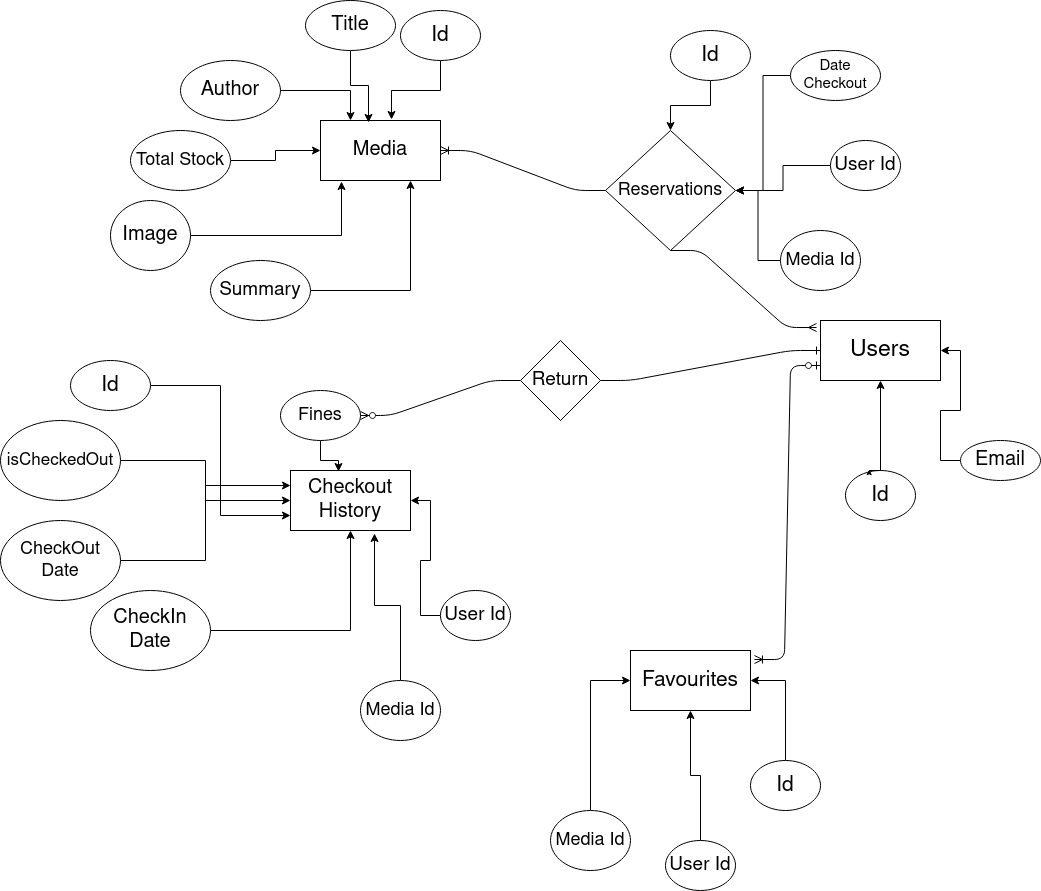
Earlier version of the draw.io export ER_Library.png (vedvkandge2000/DBMS2020). Source tidied: cells renumbered, new cells last; positions are measured from the earlier drawing's top-left corner, leaving out a move shared by most shapes.
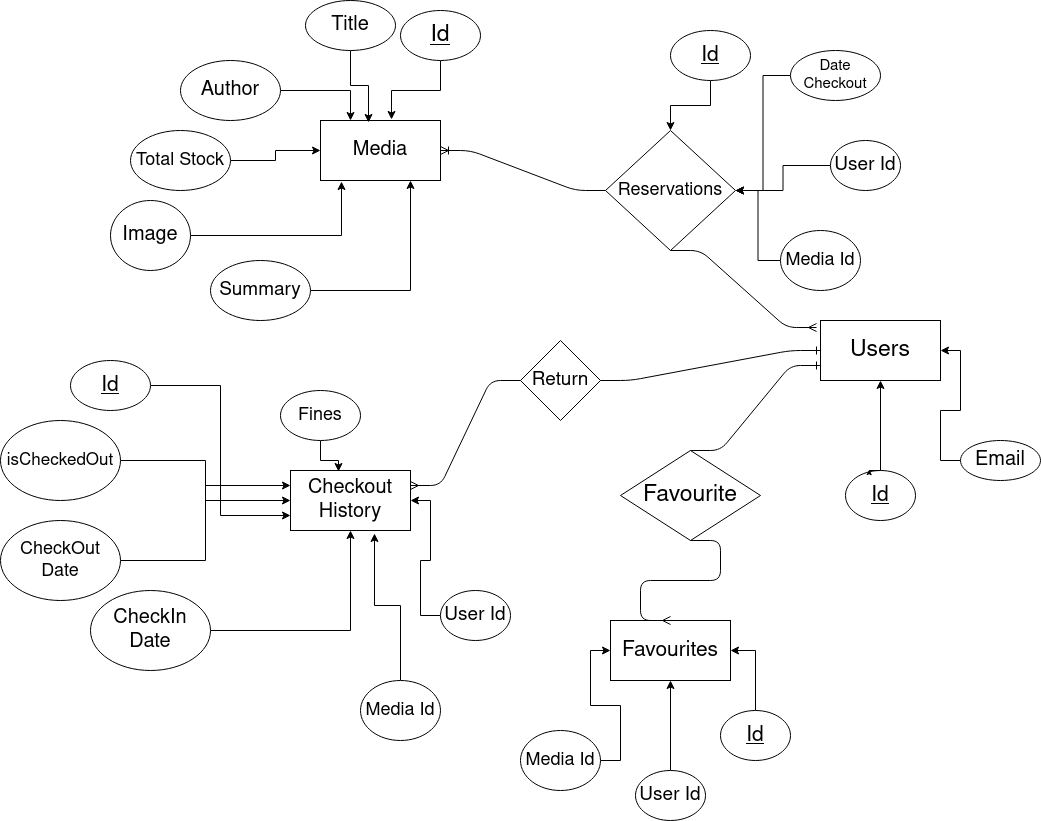
After the commit.

What changed in the source:
```diff
@@ -5,7 +5,7 @@
     <mxCell id="2" style="edgeStyle=orthogonalEdgeStyle;rounded=0;jettySize=auto;html=1;" parent="1" edge="1" source="3" target="4">
       <mxGeometry relative="1" as="geometry" />
     </mxCell>
-    <mxCell id="3" value="&lt;font style=&quot;font-size: 21px&quot;&gt;Id&lt;/font&gt;" style="ellipse;whiteSpace=wrap;html=1;" parent="1" vertex="1">
+    <mxCell id="3" value="&lt;font style=&quot;font-size: 21px&quot;&gt;Id&lt;/font&gt;" style="ellipse;whiteSpace=wrap;html=1;fontStyle=4;" parent="1" vertex="1">
       <mxGeometry x="845" y="470" width="70" height="50" as="geometry" />
     </mxCell>
     <mxCell id="4" value="&lt;font style=&quot;font-size: 23px&quot;&gt;Users&lt;/font&gt;" style="rounded=0;whiteSpace=wrap;html=1;" parent="1" vertex="1">
@@ -26,7 +26,7 @@
     <mxCell id="9" style="edgeStyle=orthogonalEdgeStyle;rounded=0;jettySize=auto;html=1;entryX=0.592;entryY=-0.017;entryDx=0;entryDy=0;entryPerimeter=0;" parent="1" edge="1" source="10" target="8">
       <mxGeometry relative="1" as="geometry" />
     </mxCell>
-    <mxCell id="10" value="&lt;font style=&quot;font-size: 21px&quot;&gt;Id&lt;/font&gt;" style="ellipse;whiteSpace=wrap;html=1;" parent="1" vertex="1">
+    <mxCell id="10" value="&lt;font style=&quot;font-size: 23px;&quot;&gt;Id&lt;/font&gt;" style="ellipse;whiteSpace=wrap;html=1;fontStyle=4;fontSize=23;" parent="1" vertex="1">
       <mxGeometry x="400" y="10" width="80" height="50" as="geometry" />
     </mxCell>
     <mxCell id="11" style="edgeStyle=orthogonalEdgeStyle;rounded=0;jettySize=auto;html=1;entryX=0.25;entryY=0;entryDx=0;entryDy=0;" parent="1" edge="1" source="12" target="8">
@@ -62,7 +62,7 @@
     <mxCell id="21" style="edgeStyle=orthogonalEdgeStyle;rounded=0;jettySize=auto;html=1;entryX=0.5;entryY=0;entryDx=0;entryDy=0;" parent="1" edge="1" source="22" target="51">
       <mxGeometry relative="1" as="geometry" />
     </mxCell>
-    <mxCell id="22" value="&lt;font style=&quot;font-size: 21px&quot;&gt;Id&lt;/font&gt;" style="ellipse;whiteSpace=wrap;html=1;" parent="1" vertex="1">
+    <mxCell id="22" value="&lt;font style=&quot;font-size: 21px&quot;&gt;Id&lt;/font&gt;" style="ellipse;whiteSpace=wrap;html=1;fontStyle=4;" parent="1" vertex="1">
       <mxGeometry x="670" y="30" width="80" height="50" as="geometry" />
     </mxCell>
     <mxCell id="23" style="edgeStyle=orthogonalEdgeStyle;rounded=0;jettySize=auto;html=1;entryX=1;entryY=0.5;entryDx=0;entryDy=0;" parent="1" edge="1" source="24" target="51">
@@ -95,7 +95,7 @@
     <mxCell id="32" style="edgeStyle=orthogonalEdgeStyle;rounded=0;jettySize=auto;html=1;entryX=0;entryY=0.75;entryDx=0;entryDy=0;" parent="1" edge="1" source="33" target="29">
       <mxGeometry relative="1" as="geometry" />
     </mxCell>
-    <mxCell id="33" value="&lt;font style=&quot;font-size: 21px&quot;&gt;Id&lt;/font&gt;" style="ellipse;whiteSpace=wrap;html=1;" parent="1" vertex="1">
+    <mxCell id="33" value="&lt;font style=&quot;font-size: 21px&quot;&gt;Id&lt;/font&gt;" style="ellipse;whiteSpace=wrap;html=1;fontStyle=4;" parent="1" vertex="1">
       <mxGeometry x="70" y="360" width="80" height="50" as="geometry" />
     </mxCell>
     <mxCell id="34" style="edgeStyle=orthogonalEdgeStyle;rounded=0;jettySize=auto;html=1;entryX=0;entryY=0.25;entryDx=0;entryDy=0;" parent="1" edge="1" source="35" target="29">
@@ -129,25 +129,25 @@
       <mxGeometry x="280" y="390" width="80" height="50" as="geometry" />
     </mxCell>
     <mxCell id="44" value="&lt;font style=&quot;font-size: 21px&quot;&gt;Favourites&lt;/font&gt;" style="rounded=0;whiteSpace=wrap;html=1;" parent="1" vertex="1">
-      <mxGeometry x="630" y="650" width="120" height="60" as="geometry" />
+      <mxGeometry x="610" y="620" width="120" height="60" as="geometry" />
     </mxCell>
     <mxCell id="45" style="edgeStyle=orthogonalEdgeStyle;rounded=0;jettySize=auto;html=1;entryX=1;entryY=0.5;entryDx=0;entryDy=0;" parent="1" edge="1" source="46" target="44">
       <mxGeometry relative="1" as="geometry" />
     </mxCell>
-    <mxCell id="46" value="&lt;font style=&quot;font-size: 21px&quot;&gt;Id&lt;/font&gt;" style="ellipse;whiteSpace=wrap;html=1;" parent="1" vertex="1">
-      <mxGeometry x="750" y="760" width="70" height="50" as="geometry" />
+    <mxCell id="46" value="&lt;font style=&quot;font-size: 21px&quot;&gt;Id&lt;/font&gt;" style="ellipse;whiteSpace=wrap;html=1;fontStyle=4;" parent="1" vertex="1">
+      <mxGeometry x="720" y="710" width="70" height="50" as="geometry" />
     </mxCell>
     <mxCell id="47" style="edgeStyle=orthogonalEdgeStyle;rounded=0;jettySize=auto;html=1;" parent="1" edge="1" source="48" target="44">
       <mxGeometry relative="1" as="geometry" />
     </mxCell>
     <mxCell id="48" value="&lt;font style=&quot;font-size: 19px&quot;&gt;User Id&lt;/font&gt;" style="ellipse;whiteSpace=wrap;html=1;" parent="1" vertex="1">
-      <mxGeometry x="665" y="840" width="70" height="50" as="geometry" />
+      <mxGeometry x="635" y="770" width="70" height="50" as="geometry" />
     </mxCell>
     <mxCell id="49" style="edgeStyle=orthogonalEdgeStyle;rounded=0;jettySize=auto;html=1;entryX=0;entryY=0.5;entryDx=0;entryDy=0;" parent="1" edge="1" source="50" target="44">
       <mxGeometry relative="1" as="geometry" />
     </mxCell>
     <mxCell id="50" value="&lt;font style=&quot;font-size: 18px&quot;&gt;Media Id&lt;/font&gt;" style="ellipse;whiteSpace=wrap;html=1;" parent="1" vertex="1">
-      <mxGeometry x="550" y="810" width="80" height="60" as="geometry" />
+      <mxGeometry x="520" y="730" width="80" height="60" as="geometry" />
     </mxCell>
     <mxCell id="51" value="&lt;font style=&quot;font-size: 18px&quot;&gt;Reservations&lt;/font&gt;" style="rhombus;whiteSpace=wrap;html=1;" parent="1" vertex="1">
       <mxGeometry x="605" y="130" width="130" height="120" as="geometry" />
@@ -164,11 +164,19 @@
     <mxCell id="55" style="edgeStyle=entityRelationEdgeStyle;fontSize=12;html=1;endArrow=ERone;endFill=1;entryX=0;entryY=0.5;entryDx=0;entryDy=0;exitX=1;exitY=0.5;exitDx=0;exitDy=0;" parent="1" edge="1" source="52" target="4">
       <mxGeometry relative="1" as="geometry" />
     </mxCell>
-    <mxCell id="56" style="edgeStyle=entityRelationEdgeStyle;fontSize=12;html=1;endArrow=ERoneToMany;startArrow=ERzeroToOne;exitX=0;exitY=0.75;exitDx=0;exitDy=0;entryX=1.033;entryY=0.15;entryDx=0;entryDy=0;entryPerimeter=0;" parent="1" edge="1" source="4" target="44">
-      <mxGeometry relative="1" as="geometry" />
-    </mxCell>
-    <mxCell id="57" style="edgeStyle=entityRelationEdgeStyle;fontSize=12;html=1;endArrow=ERzeroToMany;endFill=1;entryX=1;entryY=0.5;entryDx=0;entryDy=0;exitX=0;exitY=0.5;exitDx=0;exitDy=0;" parent="1" edge="1" source="52" target="43">
-      <mxGeometry relative="1" as="geometry" />
-    </mxCell>
+    <mxCell id="58" style="edgeStyle=entityRelationEdgeStyle;fontSize=12;html=1;endArrow=ERmany;entryX=1;entryY=0.25;entryDx=0;entryDy=0;" parent="1" edge="1" source="52" target="29">
+      <mxGeometry relative="1" as="geometry" />
+    </mxCell>
+    <mxCell id="59" value="Favourite" style="shape=rhombus;perimeter=rhombusPerimeter;whiteSpace=wrap;html=1;align=center;fontSize=23;" parent="1" vertex="1">
+      <mxGeometry x="620" y="450" width="140" height="90" as="geometry" />
+    </mxCell>
+    <mxCell id="60" style="edgeStyle=entityRelationEdgeStyle;fontSize=12;html=1;endArrow=ERone;endFill=1;entryX=0;entryY=0.75;entryDx=0;entryDy=0;exitX=0.5;exitY=0;exitDx=0;exitDy=0;" parent="1" edge="1" source="59" target="4">
+      <mxGeometry relative="1" as="geometry" />
+    </mxCell>
+    <mxCell id="61" style="edgeStyle=entityRelationEdgeStyle;fontSize=12;html=1;endArrow=ERmany;exitX=0.5;exitY=1;exitDx=0;exitDy=0;" parent="1" edge="1" source="59">
+      <mxGeometry relative="1" as="geometry">
+        <mxPoint x="670" y="620" as="targetPoint" />
+      </mxGeometry>
+    </mxCell>
   </root>
 </mxGraphModel>
```
